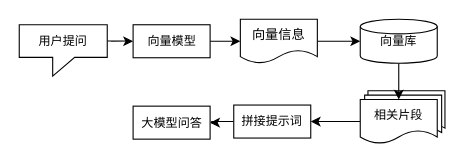
Earlier version of the draw.io diagram page "第 7 页" (7 of 21) of 程序流程图合集.drawio (Chentx1243/draw.io). Source tidied: cells renumbered, new cells numbered last; positions are measured from the earlier drawing's top-left corner, leaving out a move shared by most shapes. Both pictures are drawn from the tidied source at 110%, with x=0, y=0 at pixel (19, 19).
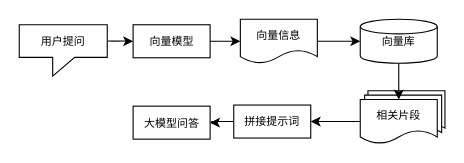
The same diagram, later.

Change to the diagram source:
```diff
@@
 <mxGraphModel>
   <root>
     <mxCell id="0" />
     <mxCell id="1" parent="0" />
-    <mxCell id="2" style="edgeStyle=orthogonalEdgeStyle;rounded=0;jettySize=auto;html=1;exitX=0;exitY=0;exitDx=80;exitDy=14.829999999999998;exitPerimeter=0;" parent="1" edge="1" source="3" target="5">
+    <mxCell id="2" style="edgeStyle=orthogonalEdgeStyle;rounded=0;jettySize=auto;html=1;exitX=0;exitY=0;exitDx=80;exitDy=14.829999999999998;exitPerimeter=0;fontSize=10;" parent="1" edge="1" source="3" target="5">
       <mxGeometry relative="1" as="geometry" />
     </mxCell>
-    <mxCell id="3" value="&lt;font style=&quot;font-size: 11px;&quot;&gt;用户提问&lt;/font&gt;" style="shape=callout;whiteSpace=wrap;html=1;perimeter=calloutPerimeter;fontFamily=宋体;position2=0.38;size=17;position=0.38;" parent="1" vertex="1">
+    <mxCell id="3" value="&lt;font&gt;用户提问&lt;/font&gt;" style="shape=callout;whiteSpace=wrap;html=1;perimeter=calloutPerimeter;fontFamily=宋体;position2=0.38;size=17;position=0.38;fontSize=10;" parent="1" vertex="1">
       <mxGeometry y="5" width="80" height="46.7" as="geometry" />
     </mxCell>
-    <mxCell id="4" style="edgeStyle=orthogonalEdgeStyle;rounded=0;jettySize=auto;html=1;" parent="1" edge="1" source="5" target="7">
+    <mxCell id="4" style="edgeStyle=orthogonalEdgeStyle;rounded=0;jettySize=auto;html=1;fontSize=10;" parent="1" edge="1" source="5" target="7">
       <mxGeometry relative="1" as="geometry" />
     </mxCell>
-    <mxCell id="5" value="&lt;font face=&quot;宋体&quot;&gt;&lt;span style=&quot;font-size: 11px;&quot;&gt;向量模型&lt;/span&gt;&lt;/font&gt;" style="rounded=0;whiteSpace=wrap;html=1;" parent="1" vertex="1">
+    <mxCell id="5" value="&lt;font face=&quot;宋体&quot;&gt;&lt;span&gt;向量模型&lt;/span&gt;&lt;/font&gt;" style="rounded=0;whiteSpace=wrap;html=1;fontSize=10;" parent="1" vertex="1">
       <mxGeometry x="103.5" y="5" width="70" height="30" as="geometry" />
     </mxCell>
-    <mxCell id="6" style="edgeStyle=orthogonalEdgeStyle;rounded=0;jettySize=auto;html=1;" parent="1" edge="1" source="7" target="8">
+    <mxCell id="6" style="edgeStyle=orthogonalEdgeStyle;rounded=0;jettySize=auto;html=1;fontSize=10;" parent="1" edge="1" source="7" target="8">
       <mxGeometry relative="1" as="geometry" />
     </mxCell>
-    <mxCell id="7" value="向量信息" style="shape=document;whiteSpace=wrap;html=1;boundedLbl=1;fontFamily=宋体;" parent="1" vertex="1">
+    <mxCell id="7" value="向量信息" style="shape=document;whiteSpace=wrap;html=1;boundedLbl=1;fontFamily=宋体;fontSize=10;" parent="1" vertex="1">
       <mxGeometry x="201" width="70" height="40" as="geometry" />
     </mxCell>
-    <mxCell id="8" value="&lt;font style=&quot;font-size: 11px;&quot;&gt;向量库&lt;/font&gt;" style="strokeWidth=1;html=1;shape=mxgraph.flowchart.database;whiteSpace=wrap;fontFamily=宋体;" parent="1" vertex="1">
+    <mxCell id="8" value="&lt;font&gt;向量库&lt;/font&gt;" style="strokeWidth=1;html=1;shape=mxgraph.flowchart.database;whiteSpace=wrap;fontFamily=宋体;fontSize=10;" parent="1" vertex="1">
       <mxGeometry x="310" width="70" height="40" as="geometry" />
     </mxCell>
-    <mxCell id="9" style="group;" parent="1" vertex="1">
+    <mxCell id="9" style="group;fontSize=10;" parent="1" vertex="1">
       <mxGeometry x="310" y="65" width="77" height="48" as="geometry" />
     </mxCell>
-    <mxCell id="10" style="shape=document;whiteSpace=wrap;html=1;boundedLbl=1;fontFamily=宋体;" parent="9" vertex="1">
+    <mxCell id="10" style="shape=document;whiteSpace=wrap;html=1;boundedLbl=1;fontFamily=宋体;fontSize=10;" parent="9" vertex="1">
       <mxGeometry x="7" width="70" height="40" as="geometry" />
     </mxCell>
-    <mxCell id="11" style="shape=document;whiteSpace=wrap;html=1;boundedLbl=1;fontFamily=宋体;" parent="9" vertex="1">
+    <mxCell id="11" style="shape=document;whiteSpace=wrap;html=1;boundedLbl=1;fontFamily=宋体;fontSize=10;" parent="9" vertex="1">
       <mxGeometry x="4" y="4" width="70" height="40" as="geometry" />
     </mxCell>
-    <mxCell id="12" value="&lt;font style=&quot;font-size: 11px;&quot;&gt;相关片段&lt;/font&gt;" style="shape=document;whiteSpace=wrap;html=1;boundedLbl=1;fontFamily=宋体;" parent="9" vertex="1">
+    <mxCell id="12" value="&lt;font&gt;相关片段&lt;/font&gt;" style="shape=document;whiteSpace=wrap;html=1;boundedLbl=1;fontFamily=宋体;fontSize=10;" parent="9" vertex="1">
       <mxGeometry y="8" width="70" height="40" as="geometry" />
     </mxCell>
-    <mxCell id="13" style="edgeStyle=orthogonalEdgeStyle;rounded=0;jettySize=auto;html=1;" parent="1" edge="1" source="8" target="12">
+    <mxCell id="13" style="edgeStyle=orthogonalEdgeStyle;rounded=0;jettySize=auto;html=1;fontSize=10;" parent="1" edge="1" source="8" target="12">
       <mxGeometry relative="1" as="geometry" />
     </mxCell>
-    <mxCell id="14" style="edgeStyle=orthogonalEdgeStyle;rounded=0;jettySize=auto;html=1;" parent="1" edge="1" source="15" target="17">
+    <mxCell id="14" style="edgeStyle=orthogonalEdgeStyle;rounded=0;jettySize=auto;html=1;fontSize=10;" parent="1" edge="1" source="15" target="17">
       <mxGeometry relative="1" as="geometry" />
     </mxCell>
-    <mxCell id="15" value="&lt;font face=&quot;宋体&quot;&gt;&lt;span style=&quot;font-size: 11px;&quot;&gt;拼接提示词&lt;/span&gt;&lt;/font&gt;" style="rounded=0;whiteSpace=wrap;html=1;" parent="1" vertex="1">
+    <mxCell id="15" value="&lt;font face=&quot;宋体&quot;&gt;&lt;span&gt;拼接提示词&lt;/span&gt;&lt;/font&gt;" style="rounded=0;whiteSpace=wrap;html=1;fontSize=10;" parent="1" vertex="1">
       <mxGeometry x="195" y="78" width="70" height="30" as="geometry" />
     </mxCell>
-    <mxCell id="16" style="edgeStyle=orthogonalEdgeStyle;rounded=0;jettySize=auto;html=1;" parent="1" edge="1" source="12" target="15">
+    <mxCell id="16" style="edgeStyle=orthogonalEdgeStyle;rounded=0;jettySize=auto;html=1;fontSize=10;" parent="1" edge="1" source="12" target="15">
       <mxGeometry relative="1" as="geometry" />
     </mxCell>
-    <mxCell id="17" value="&lt;font face=&quot;宋体&quot;&gt;&lt;span style=&quot;font-size: 11px;&quot;&gt;大模型问答&lt;/span&gt;&lt;/font&gt;" style="rounded=0;whiteSpace=wrap;html=1;" parent="1" vertex="1">
+    <mxCell id="17" value="&lt;font face=&quot;宋体&quot;&gt;&lt;span&gt;大模型问答&lt;/span&gt;&lt;/font&gt;" style="rounded=0;whiteSpace=wrap;html=1;fontSize=10;" parent="1" vertex="1">
       <mxGeometry x="103.5" y="79" width="70" height="30" as="geometry" />
     </mxCell>
   </root>
 </mxGraphModel>
```
